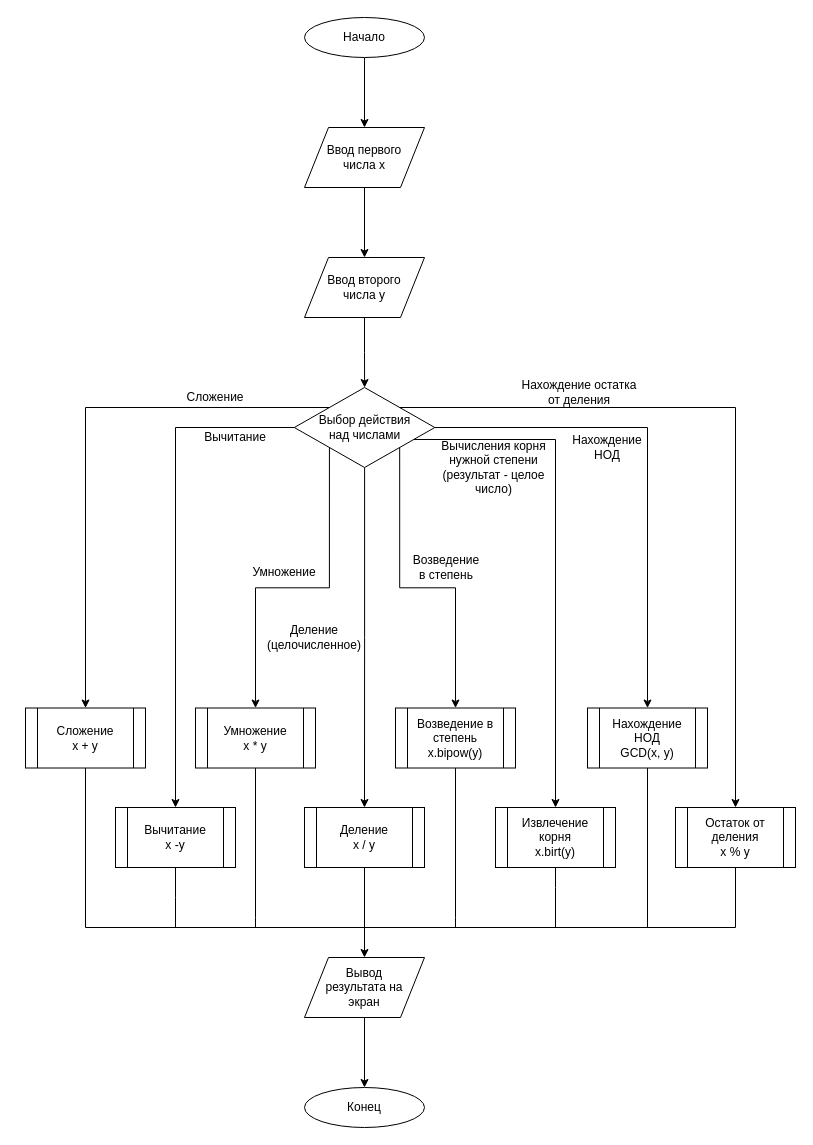
The draw.io diagram page "Main" (1 of 10) of flowcharts/Flowchart.drawio in DvaMishkiLapa/LongArithmeticCalc, before the edit. Source tidied: cells renumbered, new cells numbered last; positions are measured from the earlier drawing's top-left corner, leaving out a move shared by most shapes. Both pictures are drawn from the tidied source at 100%, with x=0, y=0 at pixel (25, 17).
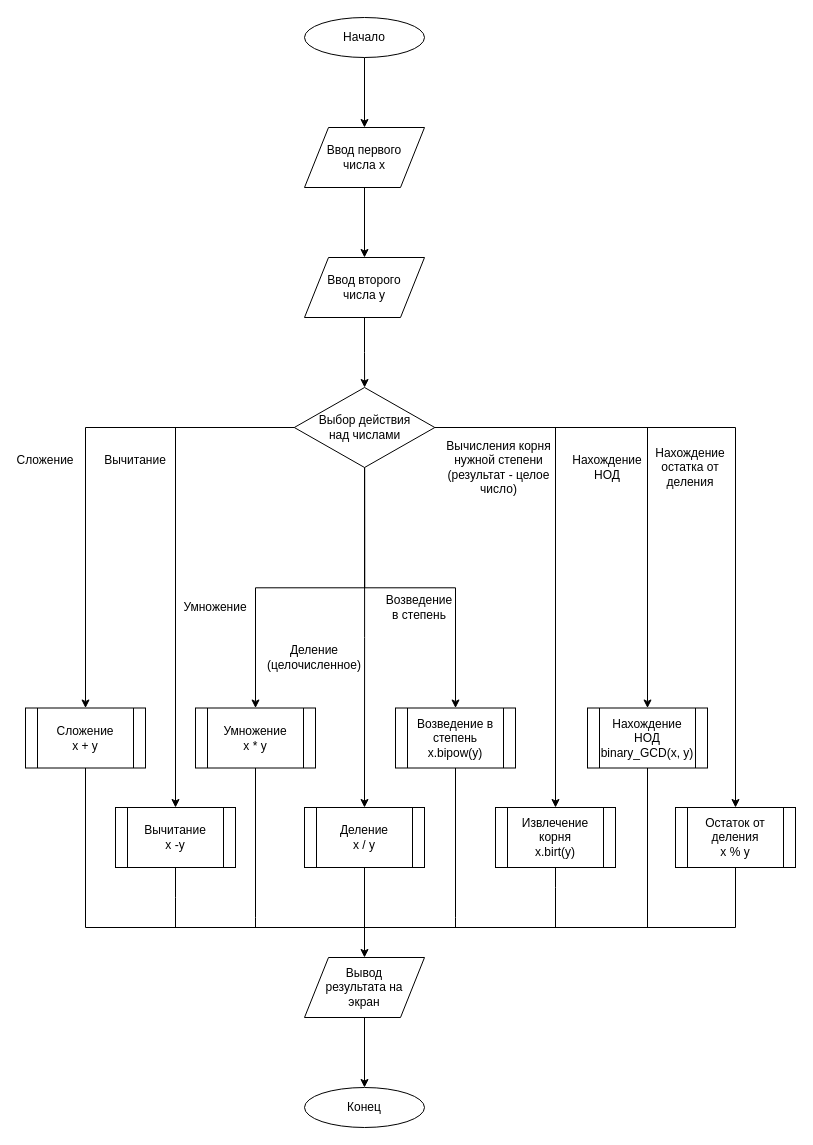
The same diagram, later.

Unchanged cells that the change refers to:
```xml
<mxCell id="16" value="Выбор действия&lt;br&gt;над числами" style="rhombus;whiteSpace=wrap;html=1;" parent="1" vertex="1">
  <mxGeometry x="268.8" y="370" width="140.5" height="80" as="geometry" />
</mxCell>
<mxCell id="29" value="Возведение в степень&lt;br&gt;x.bipow(y)" style="shape=process;whiteSpace=wrap;html=1;backgroundOutline=1;" parent="1" vertex="1">
  <mxGeometry x="370" y="690.5" width="120" height="60" as="geometry" />
</mxCell>
<mxCell id="31" value="Сложение&lt;br&gt;x + y" style="shape=process;whiteSpace=wrap;html=1;backgroundOutline=1;" parent="1" vertex="1">
  <mxGeometry y="690.5" width="120" height="60" as="geometry" />
</mxCell>
<mxCell id="35" value="Умножение&lt;br&gt;x * y" style="shape=process;whiteSpace=wrap;html=1;backgroundOutline=1;" parent="1" vertex="1">
  <mxGeometry x="170" y="690.5" width="120" height="60" as="geometry" />
</mxCell>
<mxCell id="39" value="Извлечение корня&lt;br&gt;x.birt(y)" style="shape=process;whiteSpace=wrap;html=1;backgroundOutline=1;" parent="1" vertex="1">
  <mxGeometry x="470" y="790" width="120" height="60" as="geometry" />
</mxCell>
<mxCell id="43" value="Остаток от деления&lt;br&gt;x %&amp;nbsp;y" style="shape=process;whiteSpace=wrap;html=1;backgroundOutline=1;" parent="1" vertex="1">
  <mxGeometry x="650" y="790" width="120" height="60" as="geometry" />
</mxCell>
```

What changed in the source:
```diff
@@
-    <mxCell id="9" style="edgeStyle=orthogonalEdgeStyle;rounded=0;jettySize=auto;html=1;exitX=1;exitY=1;exitDx=0;exitDy=0;entryX=0.5;entryY=0;entryDx=0;entryDy=0;" parent="1" edge="1" source="16" target="29">
+    <mxCell id="9" style="edgeStyle=orthogonalEdgeStyle;rounded=0;jettySize=auto;html=1;exitX=0.5;exitY=1;exitDx=0;exitDy=0;entryX=0.5;entryY=0;entryDx=0;entryDy=0;" parent="1" edge="1" source="16" target="29">
       <mxGeometry relative="1" as="geometry" />
     </mxCell>
@@
-    <mxCell id="12" style="edgeStyle=orthogonalEdgeStyle;rounded=0;jettySize=auto;html=1;exitX=0;exitY=1;exitDx=0;exitDy=0;entryX=0.5;entryY=0;entryDx=0;entryDy=0;" parent="1" edge="1" source="16" target="35">
+    <mxCell id="12" style="edgeStyle=orthogonalEdgeStyle;rounded=0;jettySize=auto;html=1;exitX=0.5;exitY=1;exitDx=0;exitDy=0;entryX=0.5;entryY=0;entryDx=0;entryDy=0;" parent="1" edge="1" source="16" target="35">
       <mxGeometry relative="1" as="geometry" />
     </mxCell>
-    <mxCell id="13" style="edgeStyle=orthogonalEdgeStyle;rounded=0;jettySize=auto;html=1;exitX=0;exitY=0;exitDx=0;exitDy=0;entryX=0.5;entryY=0;entryDx=0;entryDy=0;" parent="1" edge="1" source="16" target="31">
+    <mxCell id="13" style="edgeStyle=orthogonalEdgeStyle;rounded=0;jettySize=auto;html=1;exitX=0;exitY=0.5;exitDx=0;exitDy=0;entryX=0.5;entryY=0;entryDx=0;entryDy=0;" parent="1" edge="1" source="16" target="31">
       <mxGeometry relative="1" as="geometry" />
     </mxCell>
-    <mxCell id="14" style="edgeStyle=orthogonalEdgeStyle;rounded=0;jettySize=auto;html=1;exitX=1;exitY=0;exitDx=0;exitDy=0;entryX=0.5;entryY=0;entryDx=0;entryDy=0;" parent="1" edge="1" source="16" target="43">
+    <mxCell id="14" style="edgeStyle=orthogonalEdgeStyle;rounded=0;jettySize=auto;html=1;exitX=1;exitY=0.5;exitDx=0;exitDy=0;entryX=0.5;entryY=0;entryDx=0;entryDy=0;" parent="1" edge="1" source="16" target="43">
       <mxGeometry relative="1" as="geometry" />
     </mxCell>
-    <mxCell id="15" style="edgeStyle=orthogonalEdgeStyle;rounded=0;jettySize=auto;html=1;exitX=0.845;exitY=0.65;exitDx=0;exitDy=0;entryX=0.5;entryY=0;entryDx=0;entryDy=0;exitPerimeter=0;" parent="1" edge="1" source="16" target="39">
+    <mxCell id="15" style="edgeStyle=orthogonalEdgeStyle;rounded=0;jettySize=auto;html=1;exitX=1;exitY=0.5;exitDx=0;exitDy=0;entryX=0.5;entryY=0;entryDx=0;entryDy=0;" parent="1" edge="1" source="16" target="39">
       <mxGeometry relative="1" as="geometry" />
     </mxCell>
@@
     <mxCell id="17" value="Сложение" style="text;html=1;strokeColor=none;fillColor=none;align=center;verticalAlign=middle;whiteSpace=wrap;rounded=0;" parent="1" vertex="1">
-      <mxGeometry x="170" y="370" width="40" height="20" as="geometry" />
+      <mxGeometry y="432.5" width="40" height="20" as="geometry" />
     </mxCell>
     <mxCell id="18" value="Вычитание" style="text;html=1;strokeColor=none;fillColor=none;align=center;verticalAlign=middle;whiteSpace=wrap;rounded=0;" parent="1" vertex="1">
-      <mxGeometry x="190" y="410" width="40" height="20" as="geometry" />
+      <mxGeometry x="90" y="432.5" width="40" height="20" as="geometry" />
     </mxCell>
     <mxCell id="19" value="Умножение" style="text;html=1;strokeColor=none;fillColor=none;align=center;verticalAlign=middle;whiteSpace=wrap;rounded=0;" parent="1" vertex="1">
-      <mxGeometry x="239" y="545" width="40" height="20" as="geometry" />
+      <mxGeometry x="170" y="580" width="40" height="20" as="geometry" />
     </mxCell>
     <mxCell id="20" value="Деление&lt;br&gt;(целочисленное)" style="text;html=1;strokeColor=none;fillColor=none;align=center;verticalAlign=middle;whiteSpace=wrap;rounded=0;" parent="1" vertex="1">
-      <mxGeometry x="268.8" y="610" width="40" height="20" as="geometry" />
+      <mxGeometry x="268.8" y="630" width="40" height="20" as="geometry" />
     </mxCell>
     <mxCell id="21" value="Возведение в степень" style="text;html=1;strokeColor=none;fillColor=none;align=center;verticalAlign=middle;whiteSpace=wrap;rounded=0;" parent="1" vertex="1">
-      <mxGeometry x="383.2" y="540" width="76" height="20" as="geometry" />
+      <mxGeometry x="356" y="580" width="76" height="20" as="geometry" />
     </mxCell>
     <mxCell id="22" value="Вычисления корня нужной степени&lt;br&gt;(результат - целое число)" style="text;html=1;strokeColor=none;fillColor=none;align=center;verticalAlign=middle;whiteSpace=wrap;rounded=0;" parent="1" vertex="1">
-      <mxGeometry x="399" y="440" width="139.2" height="20" as="geometry" />
+      <mxGeometry x="420" y="420" width="107" height="60" as="geometry" />
     </mxCell>
     <mxCell id="23" value="Нахождение остатка от деления" style="text;html=1;strokeColor=none;fillColor=none;align=center;verticalAlign=middle;whiteSpace=wrap;rounded=0;" parent="1" vertex="1">
-      <mxGeometry x="490" y="360" width="128" height="30" as="geometry" />
+      <mxGeometry x="630" y="432.5" width="70" height="35" as="geometry" />
     </mxCell>
     <mxCell id="24" value="Нахождение НОД" style="text;html=1;strokeColor=none;fillColor=none;align=center;verticalAlign=middle;whiteSpace=wrap;rounded=0;" parent="1" vertex="1">
-      <mxGeometry x="562" y="420" width="40" height="20" as="geometry" />
+      <mxGeometry x="562" y="440" width="40" height="20" as="geometry" />
     </mxCell>
@@
-    <mxCell id="41" value="Нахождение НОД&lt;br&gt;GCD(x, y)" style="shape=process;whiteSpace=wrap;html=1;backgroundOutline=1;" parent="1" vertex="1">
+    <mxCell id="41" value="Нахождение НОД&lt;br&gt;binary_GCD(x, y)" style="shape=process;whiteSpace=wrap;html=1;backgroundOutline=1;" parent="1" vertex="1">
       <mxGeometry x="562" y="690.5" width="120" height="60" as="geometry" />
     </mxCell>
```
